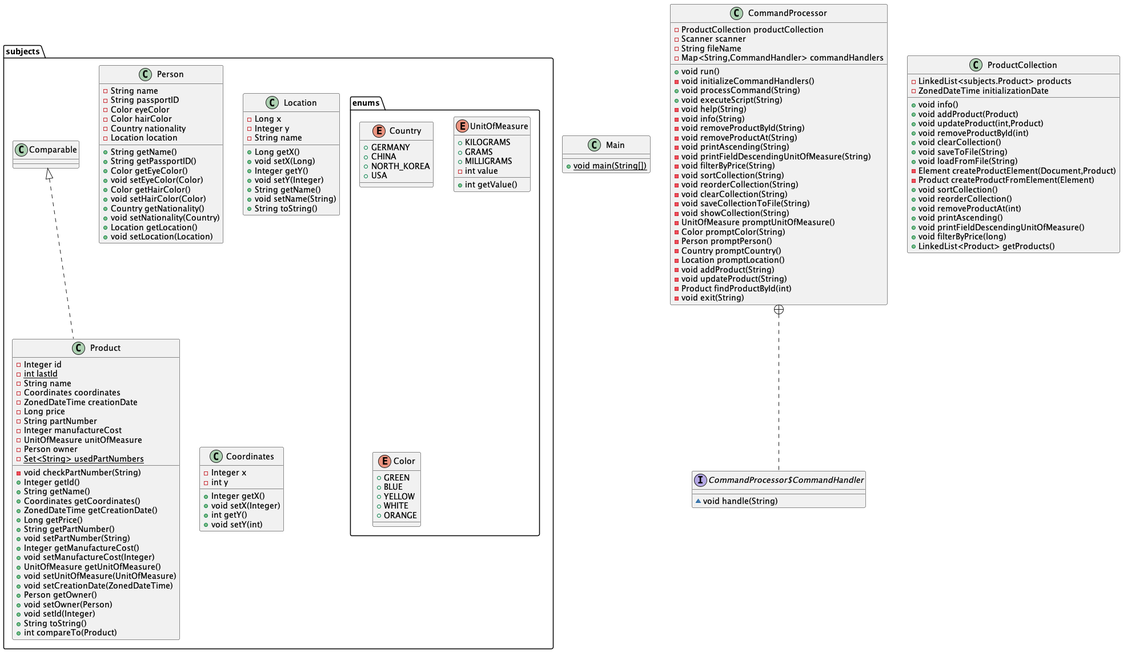
Before: Программирование/Lab5/lab5.png, a diagram exported from PlantUML (mike-yasnov/ITMO).
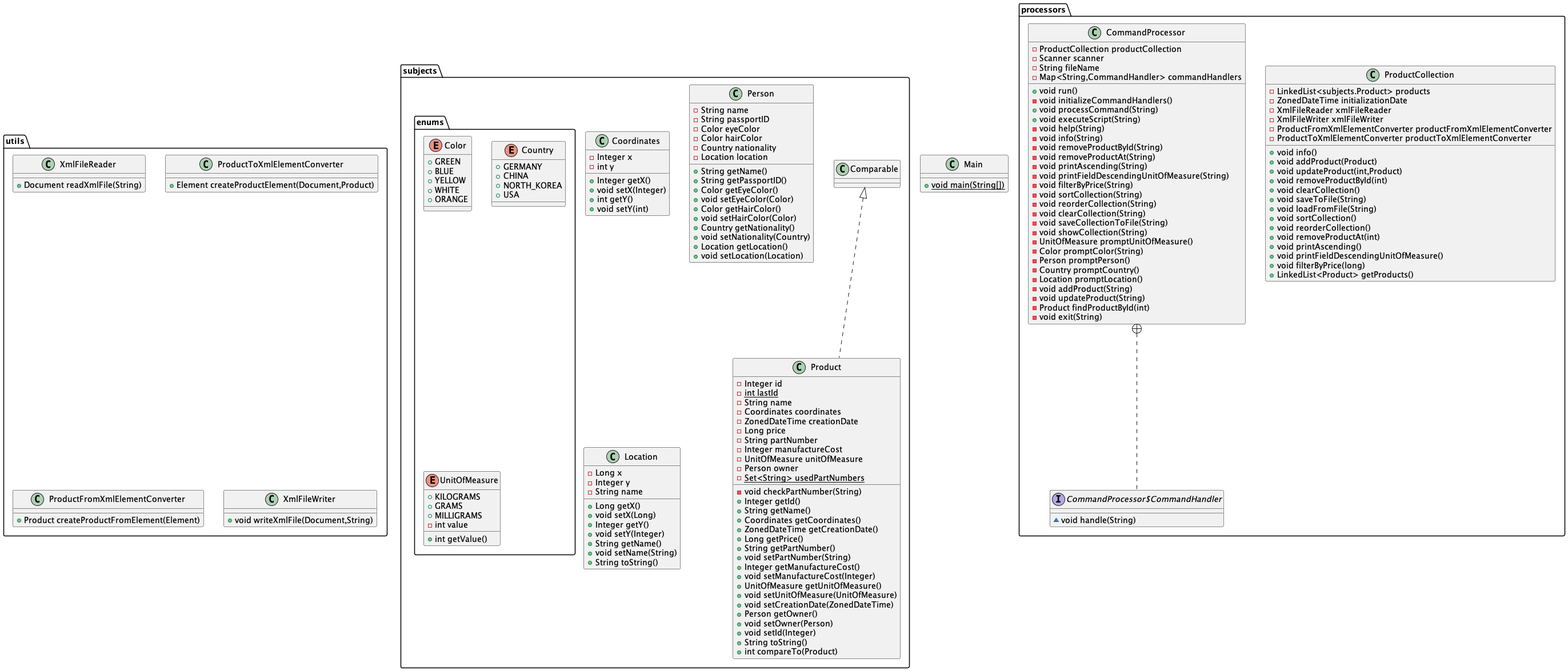
The same diagram one commit later.

What changed in the source:
```diff
@@ -1,24 +1,6 @@
 @startuml
-class Main {
-+ {static} void main(String[])
-}
-class subjects.Person {
-- String name
-- String passportID
-- Color eyeColor
-- Color hairColor
-- Country nationality
-- Location location
-+ String getName()
-+ String getPassportID()
-+ Color getEyeColor()
-+ void setEyeColor(Color)
-+ Color getHairColor()
-+ void setHairColor(Color)
-+ Country getNationality()
-+ void setNationality(Country)
-+ Location getLocation()
-+ void setLocation(Location)
+class utils.XmlFileReader {
++ Document readXmlFile(String)
 }
 class subjects.Product {
 - Integer id
@@ -51,19 +33,15 @@
 + String toString()
 + int compareTo(Product)
 }
-class subjects.Location {
-- Long x
-- Integer y
-- String name
-+ Long getX()
-+ void setX(Long)
-+ Integer getY()
-+ void setY(Integer)
-+ String getName()
-+ void setName(String)
-+ String toString()
+class subjects.Coordinates {
+- Integer x
+- int y
++ Integer getX()
++ void setX(Integer)
++ int getY()
++ void setY(int)
 }
-class CommandProcessor {
+class processors.CommandProcessor {
 - ProductCollection productCollection
 - Scanner scanner
 - String fileName
@@ -94,8 +72,76 @@
 - Product findProductById(int)
 - void exit(String)
 }
-interface CommandProcessor$CommandHandler {
+interface processors.CommandProcessor$CommandHandler {
 ~ void handle(String)
+}
+enum subjects.enums.Color {
++  GREEN
++  BLUE
++  YELLOW
++  WHITE
++  ORANGE
+}
+class Main {
++ {static} void main(String[])
+}
+class utils.ProductToXmlElementConverter {
++ Element createProductElement(Document,Product)
+}
+class subjects.Person {
+- String name
+- String passportID
+- Color eyeColor
+- Color hairColor
+- Country nationality
+- Location location
++ String getName()
++ String getPassportID()
++ Color getEyeColor()
++ void setEyeColor(Color)
++ Color getHairColor()
++ void setHairColor(Color)
++ Country getNationality()
++ void setNationality(Country)
++ Location getLocation()
++ void setLocation(Location)
+}
+class utils.ProductFromXmlElementConverter {
++ Product createProductFromElement(Element)
+}
+class processors.ProductCollection {
+- LinkedList<subjects.Product> products
+- ZonedDateTime initializationDate
+- XmlFileReader xmlFileReader
+- XmlFileWriter xmlFileWriter
+- ProductFromXmlElementConverter productFromXmlElementConverter
+- ProductToXmlElementConverter productToXmlElementConverter
++ void info()
++ void addProduct(Product)
++ void updateProduct(int,Product)
++ void removeProductById(int)
++ void clearCollection()
++ void saveToFile(String)
++ void loadFromFile(String)
++ void sortCollection()
++ void reorderCollection()
++ void removeProductAt(int)
++ void printAscending()
++ void printFieldDescendingUnitOfMeasure()
++ void filterByPrice(long)
++ LinkedList<Product> getProducts()
+}
+class subjects.Location {
+- Long x
+- Integer y
+- String name
++ Long getX()
++ void setX(Long)
++ Integer getY()
++ void setY(Integer)
++ String getName()
++ void setName(String)
++ String toString()
 }
 enum subjects.enums.Country {
 +  GERMANY
@@ -103,13 +149,8 @@
 +  NORTH_KOREA
 +  USA
 }
-class subjects.Coordinates {
-- Integer x
-- int y
-+ Integer getX()
-+ void setX(Integer)
-+ int getY()
-+ void setY(int)
+class utils.XmlFileWriter {
++ void writeXmlFile(Document,String)
 }
 enum subjects.enums.UnitOfMeasure {
 +  KILOGRAMS
@@ -118,35 +159,8 @@
 - int value
 + int getValue()
 }
-enum subjects.enums.Color {
-+  GREEN
-+  BLUE
-+  YELLOW
-+  WHITE
-+  ORANGE
-}
-class ProductCollection {
-- LinkedList<subjects.Product> products
-- ZonedDateTime initializationDate
-+ void info()
-+ void addProduct(Product)
-+ void updateProduct(int,Product)
-+ void removeProductById(int)
-+ void clearCollection()
-+ void saveToFile(String)
-+ void loadFromFile(String)
-- Element createProductElement(Document,Product)
-- Product createProductFromElement(Element)
-+ void sortCollection()
-+ void reorderCollection()
-+ void removeProductAt(int)
-+ void printAscending()
-+ void printFieldDescendingUnitOfMeasure()
-+ void filterByPrice(long)
-+ LinkedList<Product> getProducts()
-}
 
 
 subjects.Comparable <|.. subjects.Product
-CommandProcessor +.. CommandProcessor$CommandHandler
+processors.CommandProcessor +.. processors.CommandProcessor$CommandHandler
 @enduml
```
